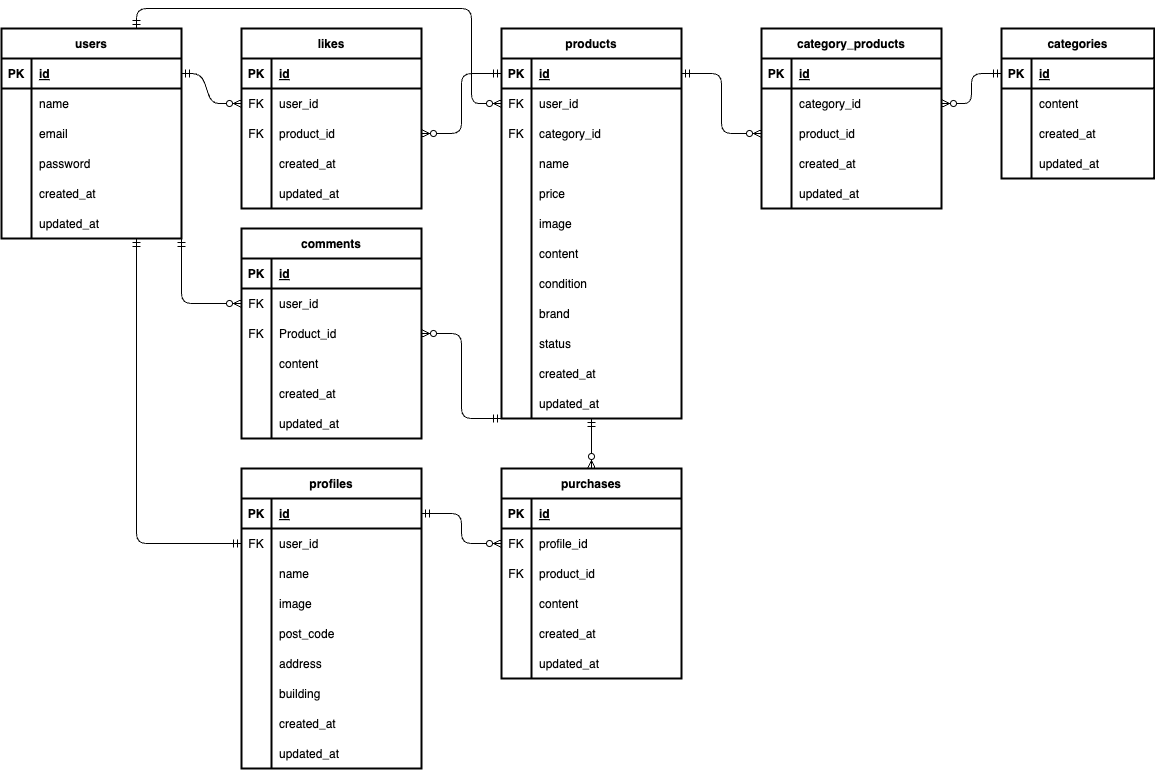
Before: erd.png, a diagram exported from draw.io (tkdisk49/flea-market). Source tidied: cells renumbered, new cells last; positions are measured from the earlier drawing's top-left corner, leaving out a move shared by most shapes.
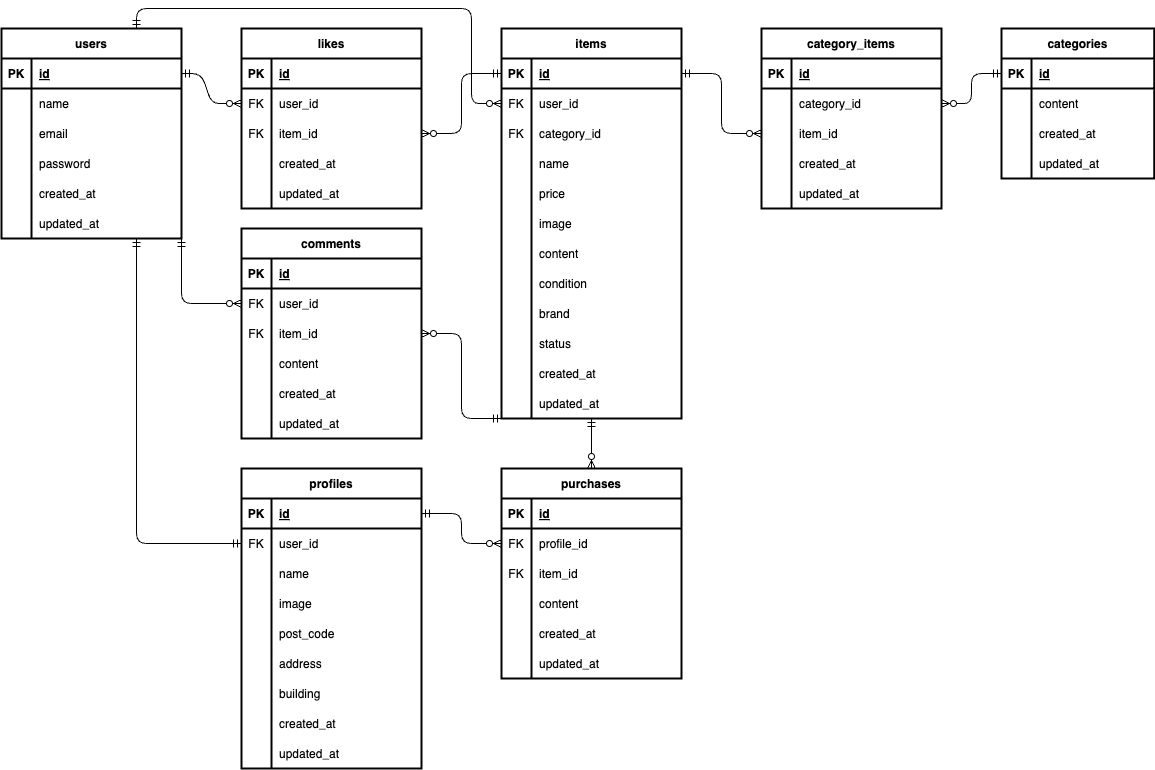
The same file after the commit.

The edit, as a diff of the source:
```diff
@@ -111,7 +111,7 @@
     <mxCell id="32" value="FK" style="shape=partialRectangle;fillColor=none;top=0;left=0;bottom=0;right=0;fontStyle=0;overflow=hidden;strokeColor=#000000;strokeWidth=2;fontColor=#000000;" parent="31" vertex="1">
       <mxGeometry width="30" height="30" as="geometry" />
     </mxCell>
-    <mxCell id="33" value="product_id" style="shape=partialRectangle;fillColor=none;top=0;left=0;bottom=0;right=0;align=left;spacingLeft=6;fontStyle=0;overflow=hidden;strokeColor=#000000;strokeWidth=2;fontColor=#000000;" parent="31" vertex="1">
+    <mxCell id="33" value="item_id" style="shape=partialRectangle;fillColor=none;top=0;left=0;bottom=0;right=0;align=left;spacingLeft=6;fontStyle=0;overflow=hidden;strokeColor=#000000;strokeWidth=2;fontColor=#000000;" parent="31" vertex="1">
       <mxGeometry x="30" width="150" height="30" as="geometry" />
     </mxCell>
     <mxCell id="34" style="shape=tableRow;horizontal=0;startSize=0;swimlaneHead=0;swimlaneBody=0;fillColor=none;top=0;left=0;right=0;bottom=0;strokeColor=#000000;strokeWidth=2;fontColor=#000000;" parent="24" vertex="1">
@@ -159,7 +159,7 @@
     <mxCell id="48" value="FK" style="shape=partialRectangle;fillColor=none;top=0;left=0;bottom=0;right=0;overflow=hidden;strokeColor=#000000;strokeWidth=2;fontColor=#000000;" parent="47" vertex="1">
       <mxGeometry width="30" height="30" as="geometry" />
     </mxCell>
-    <mxCell id="49" value="Product_id" style="shape=partialRectangle;fillColor=none;top=0;left=0;bottom=0;right=0;align=left;spacingLeft=6;overflow=hidden;strokeColor=#000000;strokeWidth=2;fontColor=#000000;" parent="47" vertex="1">
+    <mxCell id="49" value="item_id" style="shape=partialRectangle;fillColor=none;top=0;left=0;bottom=0;right=0;align=left;spacingLeft=6;overflow=hidden;strokeColor=#000000;strokeWidth=2;fontColor=#000000;" parent="47" vertex="1">
       <mxGeometry x="30" width="150" height="30" as="geometry" />
     </mxCell>
     <mxCell id="50" style="shape=tableRow;horizontal=0;startSize=0;swimlaneHead=0;swimlaneBody=0;fillColor=none;top=0;left=0;right=0;bottom=0;strokeColor=#000000;strokeWidth=2;fontColor=#000000;" parent="40" vertex="1">
@@ -292,7 +292,7 @@
     <mxCell id="89" style="edgeStyle=none;html=1;exitX=0.5;exitY=1;exitDx=0;exitDy=0;strokeColor=#000000;fontColor=#000000;startArrow=ERmandOne;startFill=0;endArrow=ERzeroToMany;endFill=0;" parent="1" edge="1" source="90" target="128">
       <mxGeometry relative="1" as="geometry" />
     </mxCell>
-    <mxCell id="90" value="products" style="shape=table;startSize=30;rowLines=0;fontStyle=1;align=center;strokeColor=#000000;strokeWidth=2;fontColor=#000000;fillColor=none;" parent="1" vertex="1">
+    <mxCell id="90" value="items" style="shape=table;startSize=30;rowLines=0;fontStyle=1;align=center;strokeColor=#000000;strokeWidth=2;fontColor=#000000;fillColor=none;" parent="1" vertex="1">
       <mxGeometry x="500" y="20" width="180" height="390" as="geometry" />
     </mxCell>
     <mxCell id="91" style="shape=tableRow;horizontal=0;startSize=0;swimlaneHead=0;swimlaneBody=0;fillColor=none;points=[[0,0.5],[1,0.5]];portConstraint=eastwest;top=0;left=0;right=0;bottom=1;strokeColor=#000000;strokeWidth=2;fontColor=#000000;" parent="90" vertex="1">
@@ -438,7 +438,7 @@
     <mxCell id="136" value="FK" style="shape=partialRectangle;fillColor=none;top=0;left=0;bottom=0;right=0;overflow=hidden;strokeColor=#000000;strokeWidth=2;fontColor=#000000;" parent="135" vertex="1">
       <mxGeometry width="30" height="30" as="geometry" />
     </mxCell>
-    <mxCell id="137" value="product_id" style="shape=partialRectangle;fillColor=none;top=0;left=0;bottom=0;right=0;align=left;spacingLeft=6;overflow=hidden;strokeColor=#000000;strokeWidth=2;fontColor=#000000;" parent="135" vertex="1">
+    <mxCell id="137" value="item_id" style="shape=partialRectangle;fillColor=none;top=0;left=0;bottom=0;right=0;align=left;spacingLeft=6;overflow=hidden;strokeColor=#000000;strokeWidth=2;fontColor=#000000;" parent="135" vertex="1">
       <mxGeometry x="30" width="150" height="30" as="geometry" />
     </mxCell>
     <mxCell id="138" style="shape=tableRow;horizontal=0;startSize=0;swimlaneHead=0;swimlaneBody=0;fillColor=none;top=0;left=0;right=0;bottom=0;strokeColor=#000000;strokeWidth=2;fontColor=#000000;" parent="128" vertex="1">
@@ -476,7 +476,7 @@
         </Array>
       </mxGeometry>
     </mxCell>
-    <mxCell id="148" value="category_products" style="shape=table;startSize=30;rowLines=0;fontStyle=1;align=center;strokeColor=#000000;strokeWidth=2;fontColor=#000000;fillColor=none;" parent="1" vertex="1">
+    <mxCell id="148" value="category_items" style="shape=table;startSize=30;rowLines=0;fontStyle=1;align=center;strokeColor=#000000;strokeWidth=2;fontColor=#000000;fillColor=none;" parent="1" vertex="1">
       <mxGeometry x="760" y="20" width="180" height="180" as="geometry" />
     </mxCell>
     <mxCell id="149" style="shape=tableRow;horizontal=0;startSize=0;swimlaneHead=0;swimlaneBody=0;fillColor=none;top=0;left=0;right=0;bottom=1;strokeColor=#000000;strokeWidth=2;fontColor=#000000;" parent="148" vertex="1">
@@ -503,7 +503,7 @@
     <mxCell id="156" style="shape=partialRectangle;fillColor=none;top=0;left=0;bottom=0;right=0;overflow=hidden;strokeColor=#000000;strokeWidth=2;fontColor=#000000;" parent="155" vertex="1">
       <mxGeometry width="30" height="30" as="geometry" />
     </mxCell>
-    <mxCell id="157" value="product_id" style="shape=partialRectangle;fillColor=none;top=0;left=0;bottom=0;right=0;align=left;spacingLeft=6;overflow=hidden;strokeColor=#000000;strokeWidth=2;fontColor=#000000;" parent="155" vertex="1">
+    <mxCell id="157" value="item_id" style="shape=partialRectangle;fillColor=none;top=0;left=0;bottom=0;right=0;align=left;spacingLeft=6;overflow=hidden;strokeColor=#000000;strokeWidth=2;fontColor=#000000;" parent="155" vertex="1">
       <mxGeometry x="30" width="150" height="30" as="geometry" />
     </mxCell>
     <mxCell id="158" style="shape=tableRow;horizontal=0;startSize=0;swimlaneHead=0;swimlaneBody=0;fillColor=none;top=0;left=0;right=0;bottom=0;strokeColor=#000000;strokeWidth=2;fontColor=#000000;" parent="148" vertex="1">
```
